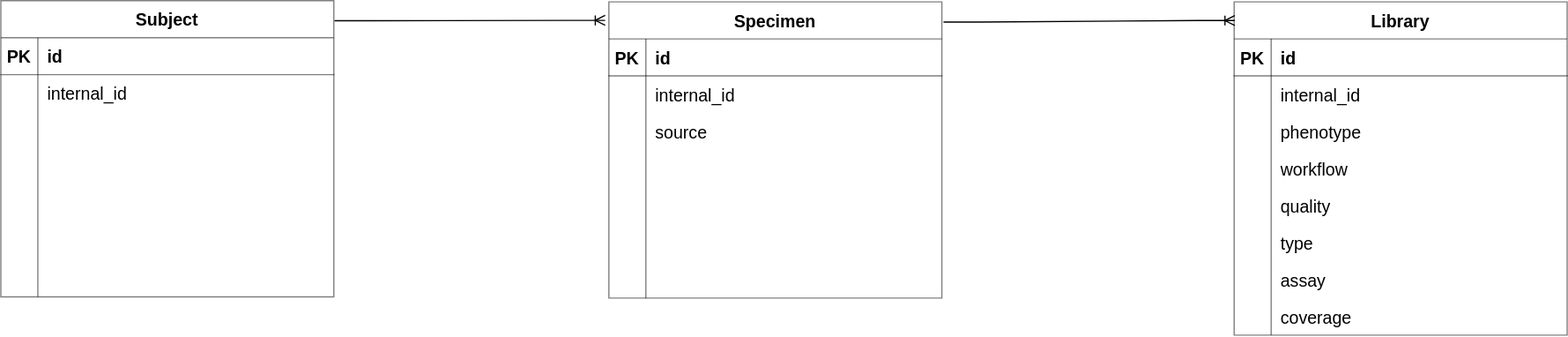
Above: lib/workload/stateless/stacks/metadata-manager/docs/schema.drawio.svg in umccr/orcabus (draw.io), before the change. Source tidied: cells renumbered, new cells last; positions are measured from the earlier drawing's top-left corner, leaving out a move shared by most shapes.
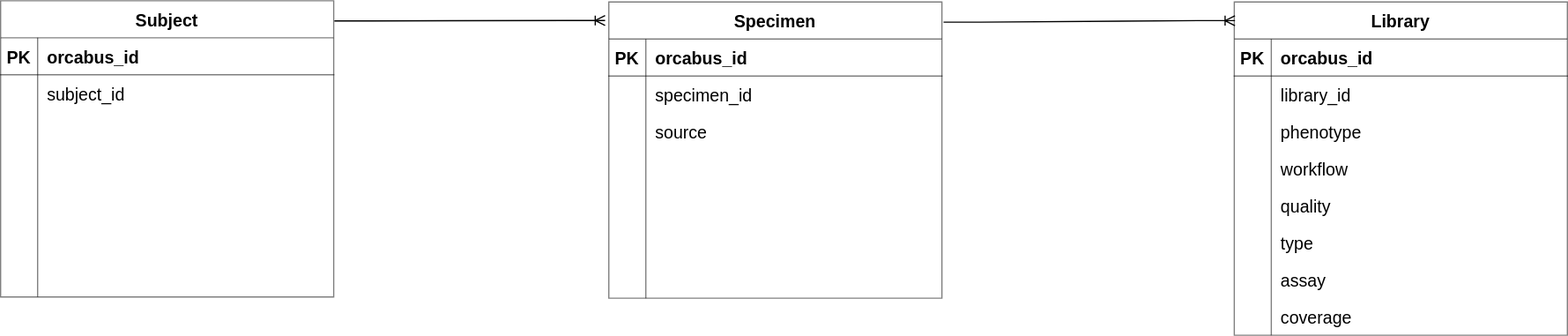
The same file after the commit.

What changed in the source:
```diff
@@ -11,7 +11,7 @@
     <mxCell id="4" value="PK" style="shape=partialRectangle;fillColor=none;top=0;left=0;bottom=0;right=0;fontStyle=1;overflow=hidden;fontSize=14;opacity=50;" parent="3" vertex="1">
       <mxGeometry width="30" height="30" as="geometry" />
     </mxCell>
-    <mxCell id="5" value="id" style="shape=partialRectangle;fillColor=none;top=0;left=0;bottom=0;right=0;align=left;spacingLeft=6;fontStyle=1;overflow=hidden;fontSize=14;opacity=50;" parent="3" vertex="1">
+    <mxCell id="5" value="orcabus_id" style="shape=partialRectangle;fillColor=none;top=0;left=0;bottom=0;right=0;align=left;spacingLeft=6;fontStyle=1;overflow=hidden;fontSize=14;opacity=50;" parent="3" vertex="1">
       <mxGeometry x="30" width="240" height="30" as="geometry" />
     </mxCell>
     <mxCell id="6" style="shape=tableRow;horizontal=0;startSize=0;swimlaneHead=0;swimlaneBody=0;fillColor=none;top=0;left=0;right=0;bottom=0;fontSize=14;opacity=50;" parent="2" vertex="1">
@@ -20,7 +20,7 @@
     <mxCell id="7" style="shape=partialRectangle;fillColor=none;top=0;left=0;bottom=0;right=0;overflow=hidden;fontSize=14;opacity=50;" parent="6" vertex="1">
       <mxGeometry width="30" height="30" as="geometry" />
     </mxCell>
-    <mxCell id="8" value="internal_id" style="shape=partialRectangle;fillColor=none;top=0;left=0;bottom=0;right=0;align=left;spacingLeft=6;overflow=hidden;fontSize=14;opacity=50;" parent="6" vertex="1">
+    <mxCell id="8" value="library_id" style="shape=partialRectangle;fillColor=none;top=0;left=0;bottom=0;right=0;align=left;spacingLeft=6;overflow=hidden;fontSize=14;opacity=50;" parent="6" vertex="1">
       <mxGeometry x="30" width="240" height="30" as="geometry" />
     </mxCell>
     <mxCell id="9" style="shape=tableRow;horizontal=0;startSize=0;swimlaneHead=0;swimlaneBody=0;fillColor=none;top=0;left=0;right=0;bottom=0;fontSize=14;opacity=50;" parent="2" vertex="1">
@@ -86,7 +86,7 @@
     <mxCell id="29" value="PK" style="shape=partialRectangle;fillColor=none;top=0;left=0;bottom=0;right=0;fontStyle=1;overflow=hidden;fontSize=14;opacity=50;" parent="28" vertex="1">
       <mxGeometry width="30" height="30" as="geometry" />
     </mxCell>
-    <mxCell id="30" value="id" style="shape=partialRectangle;fillColor=none;top=0;left=0;bottom=0;right=0;align=left;spacingLeft=6;fontStyle=1;overflow=hidden;fontSize=14;opacity=50;" parent="28" vertex="1">
+    <mxCell id="30" value="orcabus_id" style="shape=partialRectangle;fillColor=none;top=0;left=0;bottom=0;right=0;align=left;spacingLeft=6;fontStyle=1;overflow=hidden;fontSize=14;opacity=50;" parent="28" vertex="1">
       <mxGeometry x="30" width="240" height="30" as="geometry" />
     </mxCell>
     <mxCell id="31" style="shape=tableRow;horizontal=0;startSize=0;swimlaneHead=0;swimlaneBody=0;fillColor=none;top=0;left=0;right=0;bottom=0;rounded=0;shadow=0;labelBackgroundColor=#FFFFFF;labelBorderColor=none;sketch=0;fontSize=12;fontColor=#000000;" parent="27" vertex="1">
@@ -95,7 +95,7 @@
     <mxCell id="32" style="shape=partialRectangle;fillColor=none;top=0;left=0;bottom=0;right=0;overflow=hidden;rounded=0;shadow=0;labelBackgroundColor=#FFFFFF;labelBorderColor=none;sketch=0;fontSize=12;fontColor=#000000;" parent="31" vertex="1">
       <mxGeometry width="30" height="30" as="geometry" />
     </mxCell>
-    <mxCell id="33" value="internal_id" style="shape=partialRectangle;fillColor=none;top=0;left=0;bottom=0;right=0;align=left;spacingLeft=6;overflow=hidden;rounded=0;shadow=0;labelBackgroundColor=#FFFFFF;labelBorderColor=none;sketch=0;fontSize=14;fontColor=#000000;" parent="31" vertex="1">
+    <mxCell id="33" value="subject_id" style="shape=partialRectangle;fillColor=none;top=0;left=0;bottom=0;right=0;align=left;spacingLeft=6;overflow=hidden;rounded=0;shadow=0;labelBackgroundColor=#FFFFFF;labelBorderColor=none;sketch=0;fontSize=14;fontColor=#000000;" parent="31" vertex="1">
       <mxGeometry x="30" width="240" height="30" as="geometry" />
     </mxCell>
     <mxCell id="34" style="shape=tableRow;horizontal=0;startSize=0;swimlaneHead=0;swimlaneBody=0;fillColor=none;top=0;left=0;right=0;bottom=0;rounded=0;shadow=0;labelBackgroundColor=none;labelBorderColor=none;sketch=0;fontSize=14;" parent="27" vertex="1">
@@ -152,7 +152,7 @@
     <mxCell id="51" value="PK" style="shape=partialRectangle;fillColor=none;top=0;left=0;bottom=0;right=0;fontStyle=1;overflow=hidden;fontSize=14;opacity=50;" parent="50" vertex="1">
       <mxGeometry width="30" height="30" as="geometry" />
     </mxCell>
-    <mxCell id="52" value="id" style="shape=partialRectangle;fillColor=none;top=0;left=0;bottom=0;right=0;align=left;spacingLeft=6;fontStyle=1;overflow=hidden;fontSize=14;opacity=50;" parent="50" vertex="1">
+    <mxCell id="52" value="orcabus_id" style="shape=partialRectangle;fillColor=none;top=0;left=0;bottom=0;right=0;align=left;spacingLeft=6;fontStyle=1;overflow=hidden;fontSize=14;opacity=50;" parent="50" vertex="1">
       <mxGeometry x="30" width="240" height="30" as="geometry" />
     </mxCell>
     <mxCell id="53" style="shape=tableRow;horizontal=0;startSize=0;swimlaneHead=0;swimlaneBody=0;fillColor=none;top=0;left=0;right=0;bottom=0;rounded=0;shadow=0;labelBackgroundColor=#FFFFFF;labelBorderColor=none;sketch=0;fontSize=12;fontColor=#000000;" parent="49" vertex="1">
@@ -161,7 +161,7 @@
     <mxCell id="54" style="shape=partialRectangle;fillColor=none;top=0;left=0;bottom=0;right=0;overflow=hidden;rounded=0;shadow=0;labelBackgroundColor=#FFFFFF;labelBorderColor=none;sketch=0;fontSize=12;fontColor=#000000;" parent="53" vertex="1">
       <mxGeometry width="30" height="30" as="geometry" />
     </mxCell>
-    <mxCell id="55" value="internal_id" style="shape=partialRectangle;fillColor=none;top=0;left=0;bottom=0;right=0;align=left;spacingLeft=6;overflow=hidden;rounded=0;shadow=0;labelBackgroundColor=#FFFFFF;labelBorderColor=none;sketch=0;fontSize=14;fontColor=#000000;" parent="53" vertex="1">
+    <mxCell id="55" value="specimen_id" style="shape=partialRectangle;fillColor=none;top=0;left=0;bottom=0;right=0;align=left;spacingLeft=6;overflow=hidden;rounded=0;shadow=0;labelBackgroundColor=#FFFFFF;labelBorderColor=none;sketch=0;fontSize=14;fontColor=#000000;" parent="53" vertex="1">
       <mxGeometry x="30" width="240" height="30" as="geometry" />
     </mxCell>
     <mxCell id="56" style="shape=tableRow;horizontal=0;startSize=0;swimlaneHead=0;swimlaneBody=0;fillColor=none;top=0;left=0;right=0;bottom=0;rounded=0;shadow=0;labelBackgroundColor=none;labelBorderColor=none;sketch=0;fontSize=14;" parent="49" vertex="1">
```
